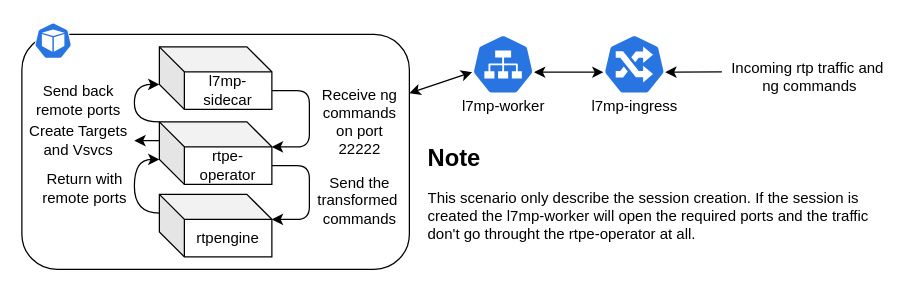
l7mp/l7mp-media-plane-controller keeps this draw.io diagram as images/figures.drawio. Above is the earlier version. Source tidied: cells renumbered, new cells numbered last; positions are measured from the earlier drawing's top-left corner, leaving out a move shared by most shapes. Both pictures are drawn from the tidied source at 125%, with x=0, y=0 at pixel (21, 21).
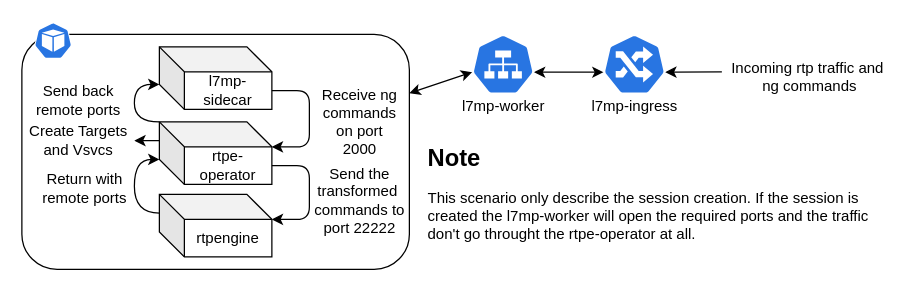
Above is the later version.

The edit, as a diff of the source:
```diff
@@
     <mxCell id="9" style="group;" parent="1" vertex="1">
-      <mxGeometry y="10" width="310" height="188" as="geometry" />
+      <mxGeometry y="10" width="315" height="188" as="geometry" />
     </mxCell>
@@
-    <mxCell id="15" value="Receive ng&lt;br&gt;commands&lt;br&gt;on port&lt;br&gt;22222" style="text;html=1;align=center;verticalAlign=middle;" parent="9" vertex="1">
+    <mxCell id="15" value="Receive ng&lt;br&gt;commands&lt;br&gt;on port&lt;br&gt;2000" style="text;html=1;align=center;verticalAlign=middle;" parent="9" vertex="1">
       <mxGeometry x="230" y="40" width="80" height="60" as="geometry" />
     </mxCell>
@@
-    <mxCell id="17" value="Send the&lt;br&gt;transformed&amp;nbsp;&lt;br&gt;commands" style="text;html=1;align=center;verticalAlign=middle;" parent="9" vertex="1">
-      <mxGeometry x="230" y="108" width="80" height="50" as="geometry" />
+    <mxCell id="17" value="Send the&lt;br&gt;transformed&amp;nbsp;&lt;br&gt;commands to&lt;br&gt;port 22222" style="text;html=1;align=center;verticalAlign=middle;" parent="9" vertex="1">
+      <mxGeometry x="225" y="103" width="90" height="60" as="geometry" />
     </mxCell>
```
